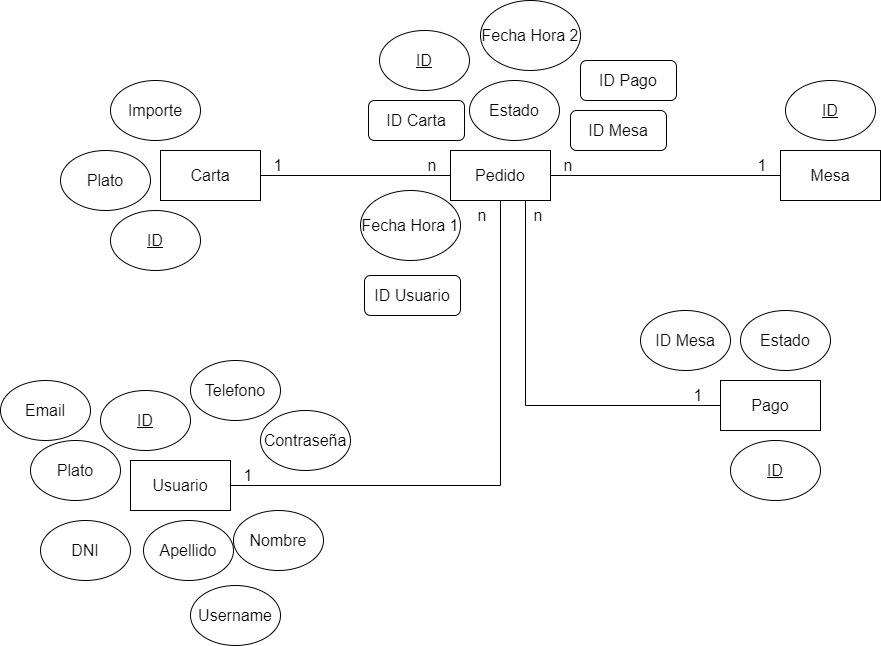
Earlier version of the draw.io export bocetos/POS diagrama entidad relacion.drawio.png (FernandoKuo/Sistema_PointOfSale). Source tidied: cells renumbered, new cells last; positions are measured from the earlier drawing's top-left corner, leaving out a move shared by most shapes.
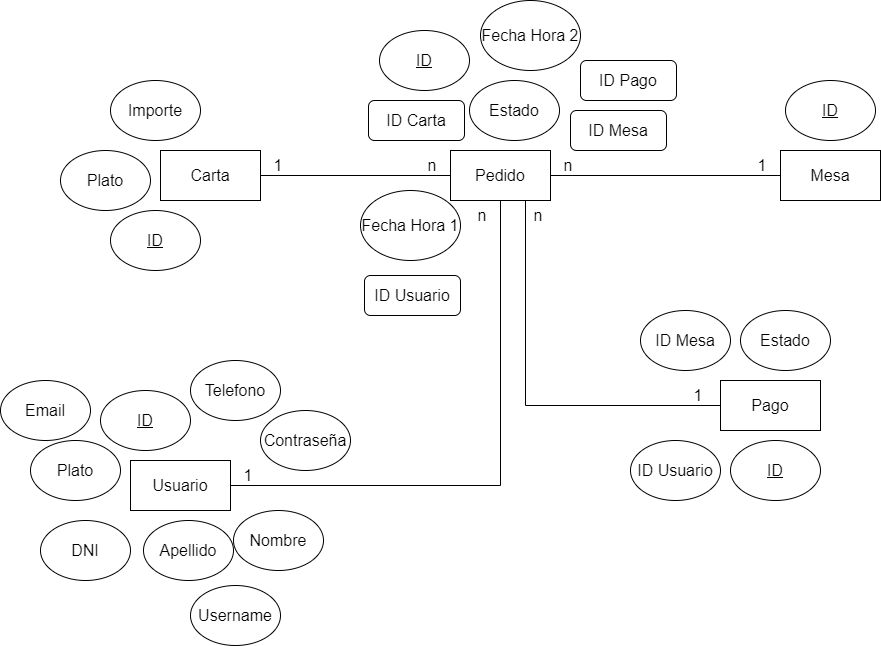
Later version of the same file.

What changed in the source:
```diff
@@ -125,5 +125,8 @@
     <mxCell id="42" value="&lt;font size=&quot;3&quot;&gt;ID Mesa&lt;/font&gt;" style="ellipse;whiteSpace=wrap;html=1;" parent="1" vertex="1">
       <mxGeometry x="640" y="310" width="90" height="60" as="geometry" />
     </mxCell>
+    <mxCell id="43" value="&lt;font size=&quot;3&quot;&gt;ID Usuario&lt;/font&gt;" style="ellipse;whiteSpace=wrap;html=1;" parent="1" vertex="1">
+      <mxGeometry x="630" y="440" width="90" height="60" as="geometry" />
+    </mxCell>
   </root>
 </mxGraphModel>
```
